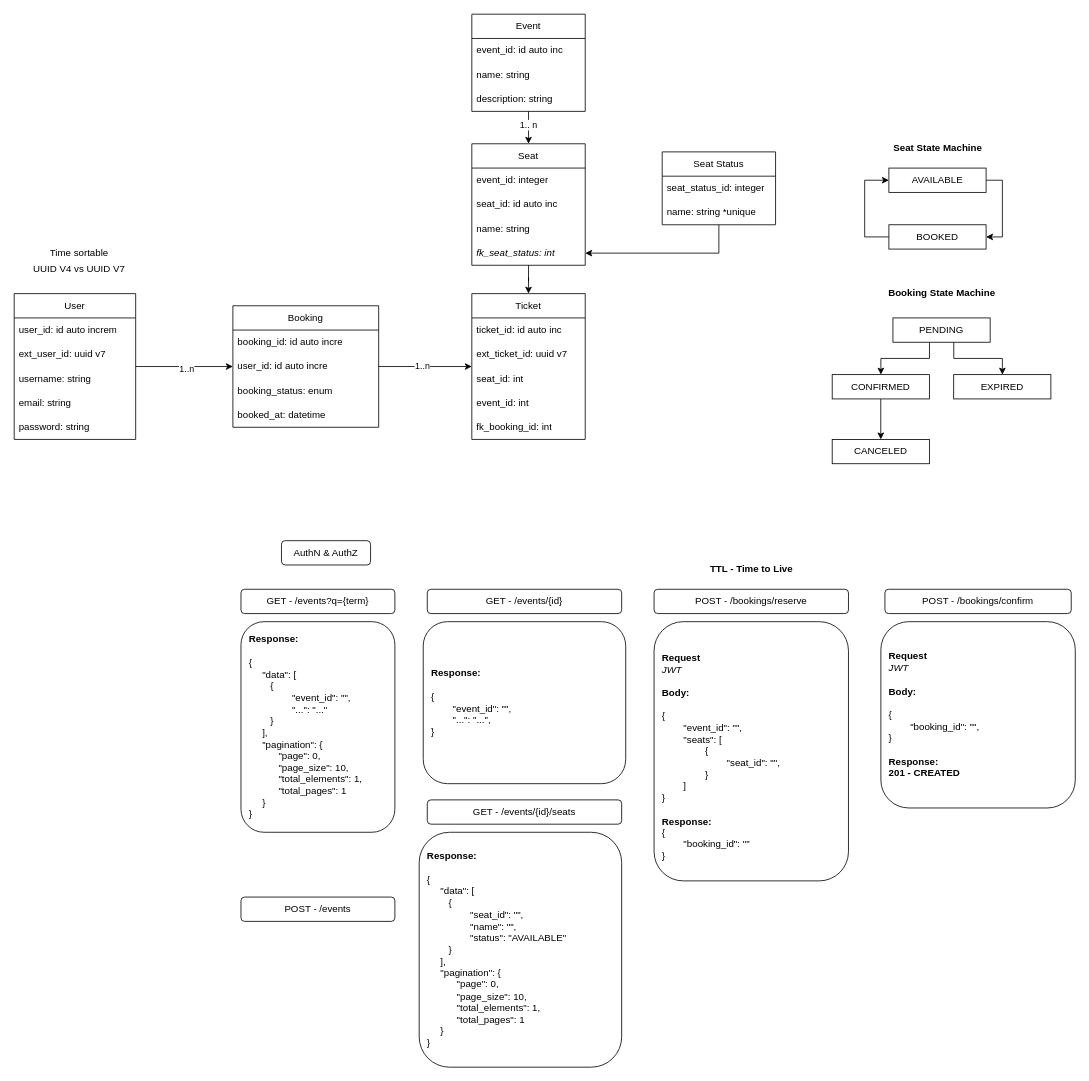
buildrun-tech/system-design-interview-ticketmasters keeps this draw.io diagram as page "MER" (1 of 2) of solution.drawio. Above is the earlier version. Source tidied: cells renumbered, new cells numbered last; positions are measured from the earlier drawing's top-left corner, leaving out a move shared by most shapes. Both pictures are drawn from the tidied source at 81%, with x=0, y=0 at pixel (14, 14).
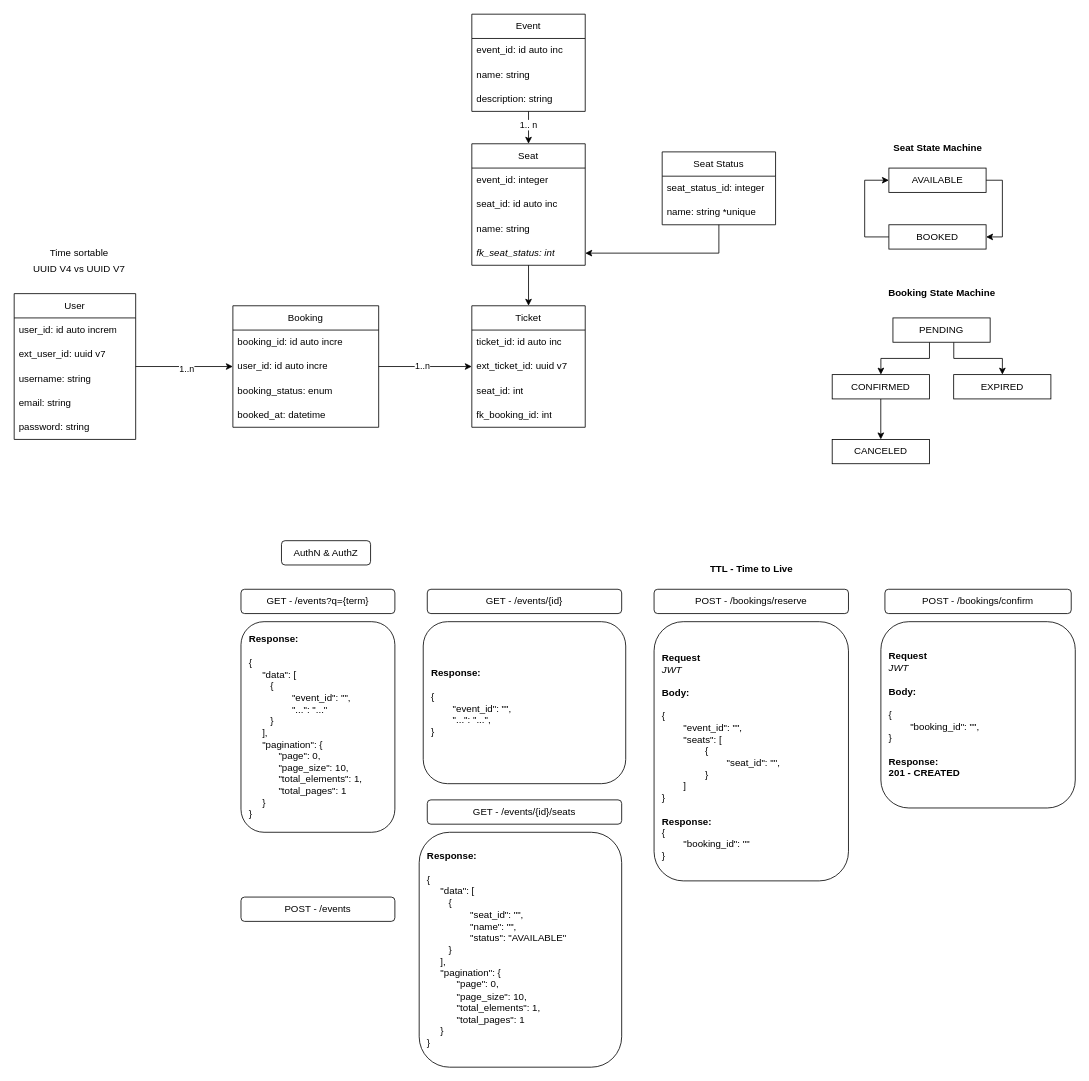
Above is the later version.

Change to the diagram source:
```diff
@@
     <mxCell id="14" value="Ticket" style="swimlane;fontStyle=0;horizontal=1;startSize=30;whiteSpace=wrap;html=1;" parent="1" vertex="1">
-      <mxGeometry x="565" y="345" width="140" height="180" as="geometry" />
+      <mxGeometry x="565" y="360" width="140" height="150" as="geometry" />
     </mxCell>
@@
-    <mxCell id="18" value="event_id: int" style="text;strokeColor=none;fillColor=none;align=left;verticalAlign=middle;spacingLeft=4;spacingRight=4;overflow=hidden;whiteSpace=wrap;html=1;" parent="14" vertex="1">
-      <mxGeometry y="120" width="140" height="30" as="geometry" />
-    </mxCell>
     <mxCell id="19" value="fk_booking_id: int" style="text;strokeColor=none;fillColor=none;align=left;verticalAlign=middle;spacingLeft=4;spacingRight=4;overflow=hidden;whiteSpace=wrap;html=1;" parent="14" vertex="1">
-      <mxGeometry y="150" width="140" height="30" as="geometry" />
+      <mxGeometry y="120" width="140" height="30" as="geometry" />
     </mxCell>
```
